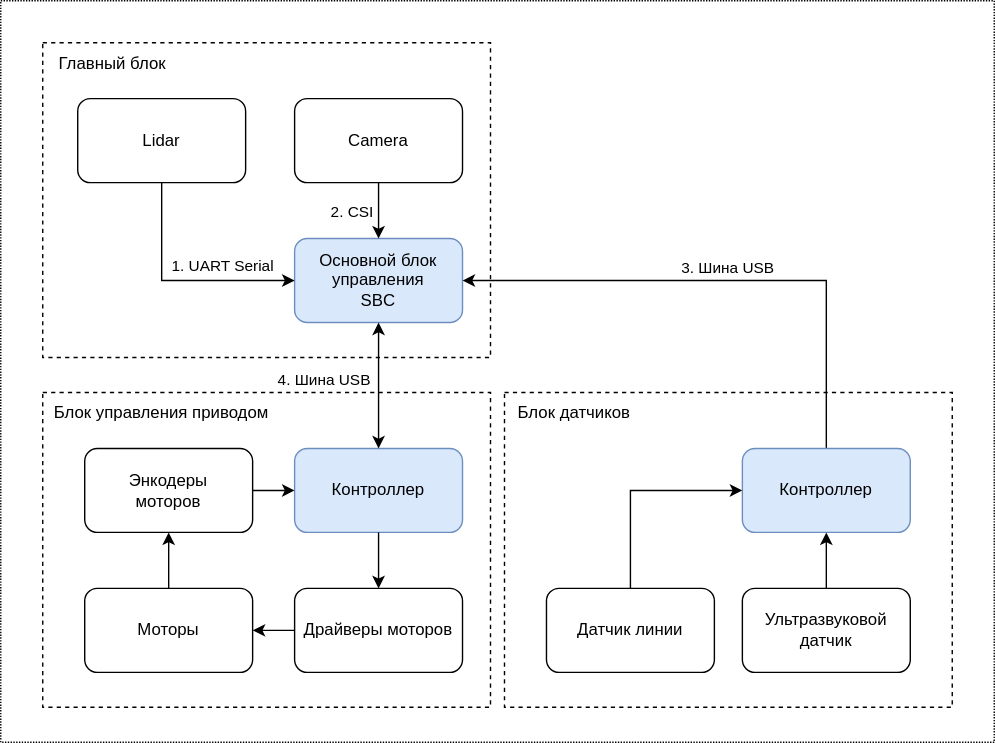
Earlier version of the draw.io export docs/1. Компонентная архитектура/media/distributed_control_with_link_types.svg (makarov-na/turtle-bot). Source tidied: cells renumbered, new cells last; positions are measured from the earlier drawing's top-left corner, leaving out a move shared by most shapes.
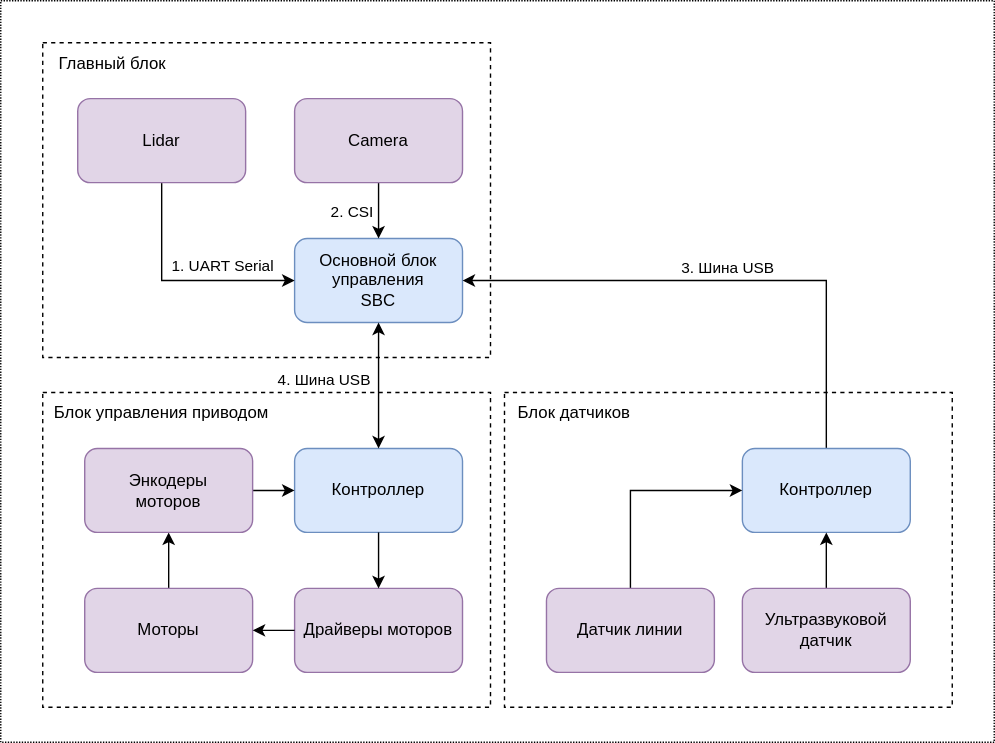
After the change.

What changed in the source:
```diff
@@ -2,7 +2,7 @@
   <root>
     <mxCell id="0" />
     <mxCell id="1" parent="0" />
-    <mxCell id="2" style="rounded=0;whiteSpace=wrap;html=1;dashed=1;dashPattern=1 1;" parent="1" vertex="1">
+    <mxCell id="2" style="rounded=0;whiteSpace=wrap;html=1;dashed=1;dashPattern=1 1;glass=0;" parent="1" vertex="1">
       <mxGeometry width="710" height="530" as="geometry" />
     </mxCell>
     <mxCell id="3" value="&lt;div style=&quot;&quot;&gt;&lt;br&gt;&lt;/div&gt;" style="rounded=0;whiteSpace=wrap;html=1;dashed=1;align=left;" parent="1" vertex="1">
@@ -36,7 +36,7 @@
         <mxPoint x="47" y="19" as="offset" />
       </mxGeometry>
     </mxCell>
-    <mxCell id="12" value="Lidar" style="rounded=1;whiteSpace=wrap;html=1;" parent="1" vertex="1">
+    <mxCell id="12" value="Lidar" style="rounded=1;whiteSpace=wrap;html=1;fillColor=#e1d5e7;strokeColor=#9673a6;" parent="1" vertex="1">
       <mxGeometry x="55" y="70" width="120" height="60" as="geometry" />
     </mxCell>
     <mxCell id="13" style="edgeStyle=orthogonalEdgeStyle;rounded=0;jettySize=auto;html=1;exitX=0.5;exitY=1;exitDx=0;exitDy=0;entryX=0.5;entryY=0;entryDx=0;entryDy=0;" parent="1" edge="1" source="15" target="6">
@@ -47,13 +47,13 @@
         <mxPoint x="-16" y="1" as="offset" />
       </mxGeometry>
     </mxCell>
-    <mxCell id="15" value="Camera" style="rounded=1;whiteSpace=wrap;html=1;" parent="1" vertex="1">
+    <mxCell id="15" value="Camera" style="rounded=1;whiteSpace=wrap;html=1;fillColor=#e1d5e7;strokeColor=#9673a6;" parent="1" vertex="1">
       <mxGeometry x="210" y="70" width="120" height="60" as="geometry" />
     </mxCell>
     <mxCell id="16" style="edgeStyle=orthogonalEdgeStyle;rounded=0;jettySize=auto;html=1;" parent="1" edge="1" source="17" target="26">
       <mxGeometry relative="1" as="geometry" />
     </mxCell>
-    <mxCell id="17" value="Моторы" style="rounded=1;whiteSpace=wrap;html=1;" parent="1" vertex="1">
+    <mxCell id="17" value="Моторы" style="rounded=1;whiteSpace=wrap;html=1;fillColor=#e1d5e7;strokeColor=#9673a6;" parent="1" vertex="1">
       <mxGeometry x="60" y="420" width="120" height="60" as="geometry" />
     </mxCell>
     <mxCell id="18" style="edgeStyle=orthogonalEdgeStyle;rounded=0;jettySize=auto;html=1;exitX=0.5;exitY=0;exitDx=0;exitDy=0;entryX=1;entryY=0.5;entryDx=0;entryDy=0;" parent="1" edge="1" source="20" target="6">
@@ -70,22 +70,22 @@
     <mxCell id="21" style="edgeStyle=orthogonalEdgeStyle;rounded=0;jettySize=auto;html=1;entryX=0;entryY=0.5;entryDx=0;entryDy=0;exitX=0.5;exitY=0;exitDx=0;exitDy=0;" parent="1" edge="1" source="22" target="20">
       <mxGeometry relative="1" as="geometry" />
     </mxCell>
-    <mxCell id="22" value="Датчик линии" style="rounded=1;whiteSpace=wrap;html=1;" parent="1" vertex="1">
+    <mxCell id="22" value="Датчик линии" style="rounded=1;whiteSpace=wrap;html=1;fillColor=#e1d5e7;strokeColor=#9673a6;" parent="1" vertex="1">
       <mxGeometry x="390" y="420" width="120" height="60" as="geometry" />
     </mxCell>
     <mxCell id="23" style="edgeStyle=orthogonalEdgeStyle;rounded=0;jettySize=auto;html=1;" parent="1" edge="1" source="24" target="20">
       <mxGeometry relative="1" as="geometry" />
     </mxCell>
-    <mxCell id="24" value="Ультразвуковой датчик" style="rounded=1;whiteSpace=wrap;html=1;" parent="1" vertex="1">
+    <mxCell id="24" value="Ультразвуковой датчик" style="rounded=1;whiteSpace=wrap;html=1;fillColor=#e1d5e7;strokeColor=#9673a6;" parent="1" vertex="1">
       <mxGeometry x="530" y="420" width="120" height="60" as="geometry" />
     </mxCell>
     <mxCell id="25" style="edgeStyle=orthogonalEdgeStyle;rounded=0;jettySize=auto;html=1;exitX=1;exitY=0.5;exitDx=0;exitDy=0;entryX=0;entryY=0.5;entryDx=0;entryDy=0;" parent="1" edge="1" source="26" target="7">
       <mxGeometry relative="1" as="geometry" />
     </mxCell>
-    <mxCell id="26" value="Энкодеры &lt;br&gt;моторов" style="rounded=1;whiteSpace=wrap;html=1;" parent="1" vertex="1">
+    <mxCell id="26" value="Энкодеры &lt;br&gt;моторов" style="rounded=1;whiteSpace=wrap;html=1;fillColor=#e1d5e7;strokeColor=#9673a6;" parent="1" vertex="1">
       <mxGeometry x="60" y="320" width="120" height="60" as="geometry" />
     </mxCell>
-    <mxCell id="27" value="Драйверы моторов" style="rounded=1;whiteSpace=wrap;html=1;" parent="1" vertex="1">
+    <mxCell id="27" value="Драйверы моторов" style="rounded=1;whiteSpace=wrap;html=1;fillColor=#e1d5e7;strokeColor=#9673a6;" parent="1" vertex="1">
       <mxGeometry x="210" y="420" width="120" height="60" as="geometry" />
     </mxCell>
     <mxCell id="28" style="endArrow=none;html=1;rounded=0;entryX=0.5;entryY=1;entryDx=0;entryDy=0;exitX=0.5;exitY=0;exitDx=0;exitDy=0;startArrow=classic;startFill=1;endFill=0;" parent="1" edge="1" source="27" target="7">
```
